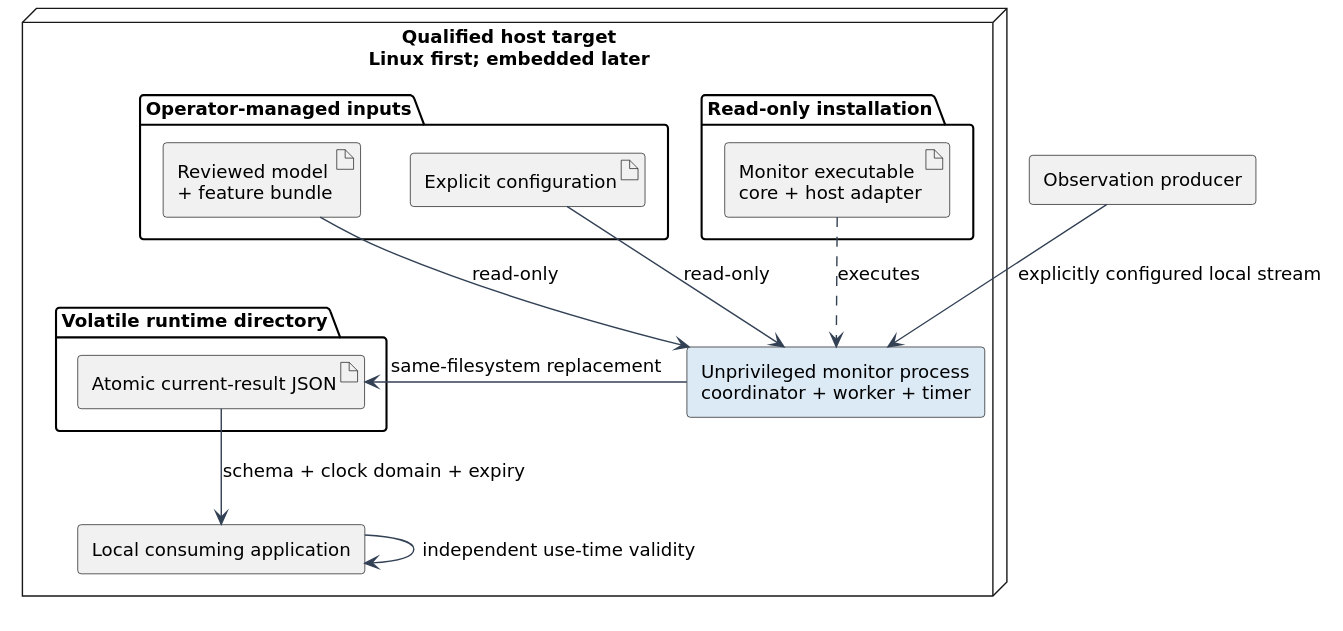
Earlier version of the PlantUML export docs/diagrams/deployment.svg (Sage-Cat/cooperative-wifi-presence-monitor). Its source is kept beside it as docs/diagrams/deployment.puml. Source of this version:
```plantuml
@startuml
skinparam shadowing false
skinparam defaultFontName DejaVu Sans
skinparam defaultFontSize 13
skinparam backgroundColor white
skinparam ArrowColor #334155
skinparam componentStyle rectangle
skinparam packageStyle rectangle
top to bottom direction
rectangle "Observation producer" as Producer
node "Qualified host target\nLinux first; embedded later" as Host {
  folder "Read-only installation" {
    artifact "Monitor executable\ncore + host adapter" as Executable
  }
  folder "Operator-managed inputs" {
    artifact "Reviewed model\n+ feature bundle" as Bundle
    artifact "Explicit configuration" as Config
  }
  component "Unprivileged monitor process\ncoordinator + worker + timer" as Process #DCEAF6
  folder "Volatile runtime directory" {
    artifact "Atomic current-result JSON" as Result
  }
  component "Local consuming application" as Consumer
}
Executable ..> Process : executes
Producer --> Process : explicitly configured local stream
Config --> Process : read-only
Bundle --> Process : read-only
Process -right-> Result : same-filesystem replacement
Result --> Consumer : schema + clock domain + expiry
Consumer --> Consumer : independent use-time validity

@enduml
```
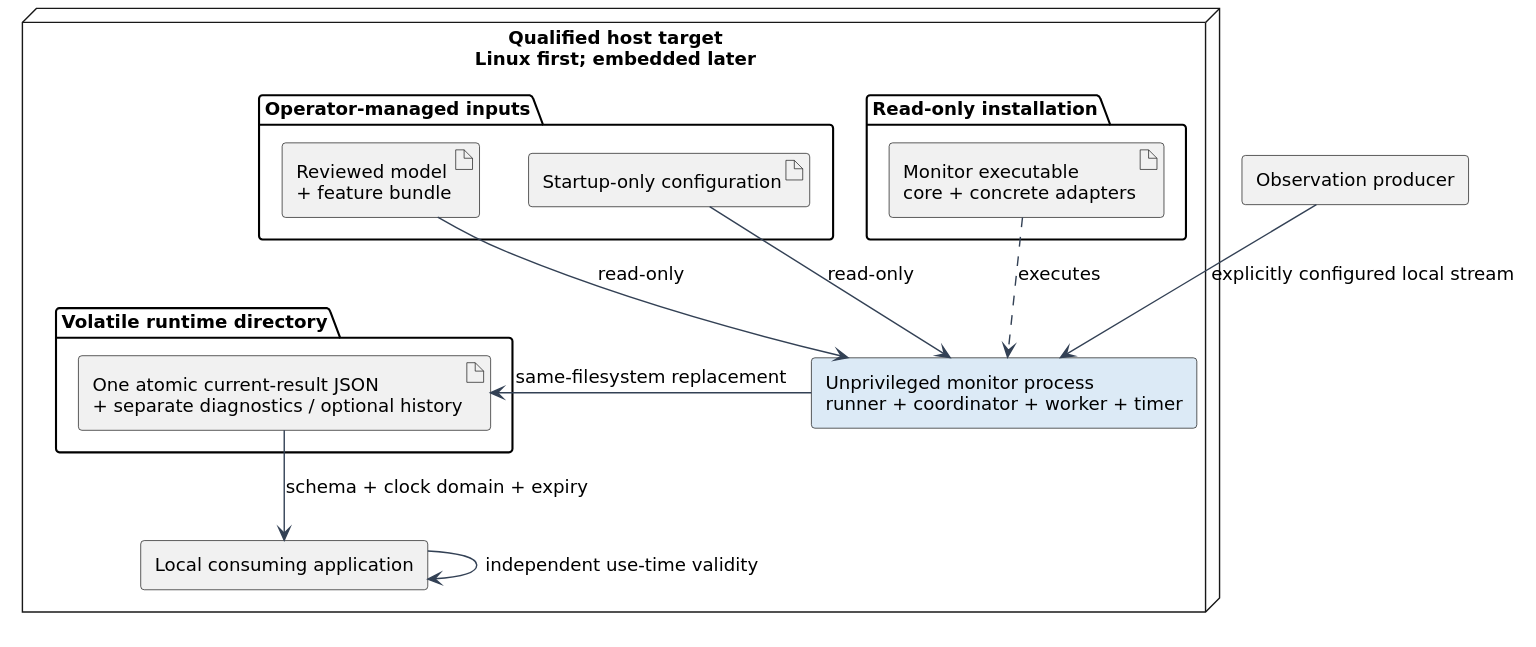
The same diagram one commit later.

The edit, as a diff of the source:
```diff
@@ -10,15 +10,15 @@
 rectangle "Observation producer" as Producer
 node "Qualified host target\nLinux first; embedded later" as Host {
   folder "Read-only installation" {
-    artifact "Monitor executable\ncore + host adapter" as Executable
+    artifact "Monitor executable\ncore + concrete adapters" as Executable
   }
   folder "Operator-managed inputs" {
     artifact "Reviewed model\n+ feature bundle" as Bundle
-    artifact "Explicit configuration" as Config
+    artifact "Startup-only configuration" as Config
   }
-  component "Unprivileged monitor process\ncoordinator + worker + timer" as Process #DCEAF6
+  component "Unprivileged monitor process\nrunner + coordinator + worker + timer" as Process #DCEAF6
   folder "Volatile runtime directory" {
-    artifact "Atomic current-result JSON" as Result
+    artifact "One atomic current-result JSON\n+ separate diagnostics / optional history" as Result
   }
   component "Local consuming application" as Consumer
 }
```
